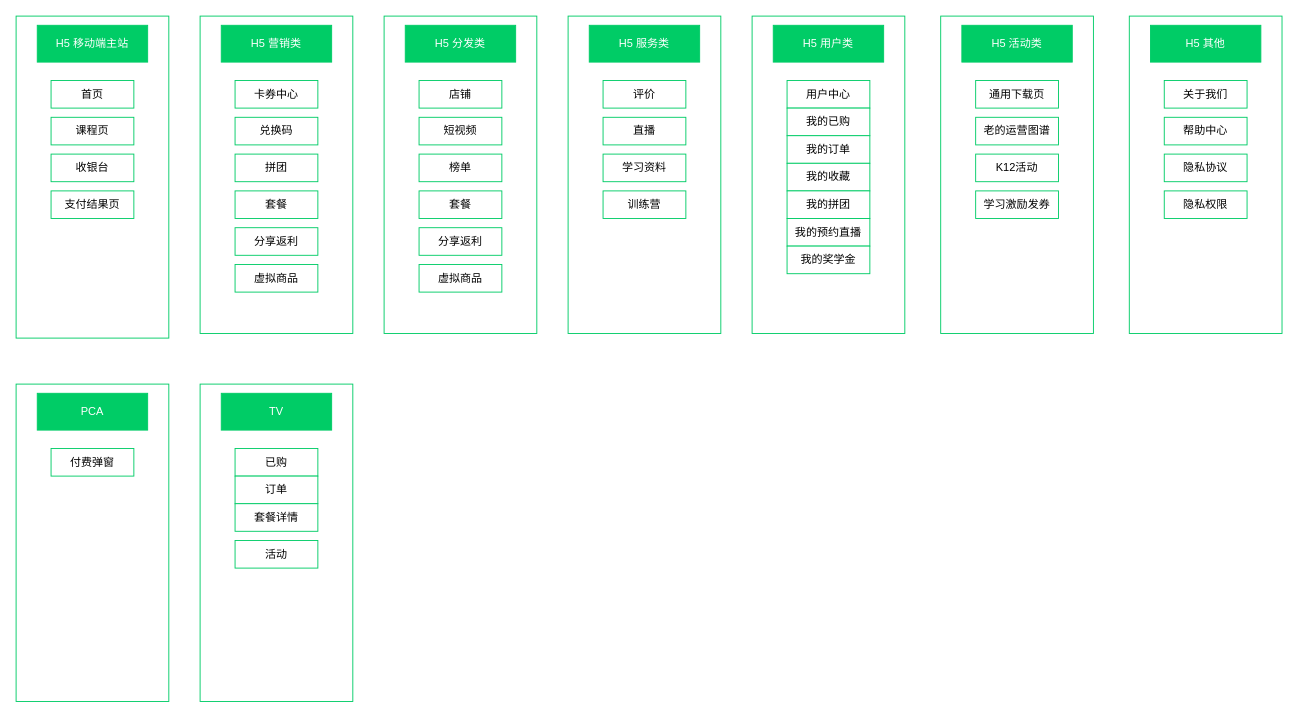
Above: Untitled Diagram.drawio in fedorjia/draw-io-files (draw.io), before the change. Source tidied: cells renumbered, new cells numbered last; positions are measured from the earlier drawing's top-left corner, leaving out a move shared by most shapes. Both pictures are drawn from the tidied source at 92%, with x=0, y=0 at pixel (16, 16).
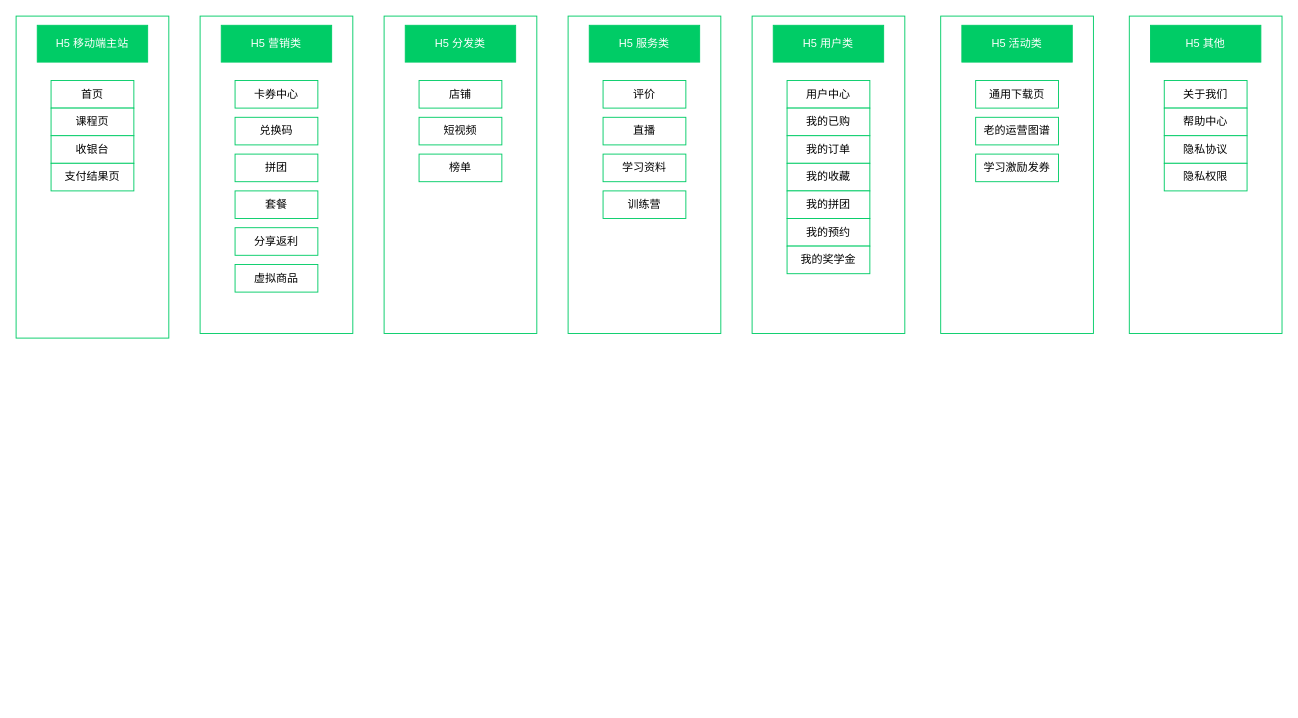
The same diagram, later.

Diff of the diagram source:
```diff
@@
-    <mxCell id="17" value="套餐" style="rounded=0;whiteSpace=wrap;html=1;strokeColor=#00CC66;fillColor=#FFFFFF;" parent="1" vertex="1">
-      <mxGeometry x="438" y="190" width="90" height="30" as="geometry" />
-    </mxCell>
-    <mxCell id="18" value="分享返利" style="rounded=0;whiteSpace=wrap;html=1;strokeColor=#00CC66;fillColor=#FFFFFF;" parent="1" vertex="1">
-      <mxGeometry x="438" y="230" width="90" height="30" as="geometry" />
-    </mxCell>
-    <mxCell id="19" value="虚拟商品" style="rounded=0;whiteSpace=wrap;html=1;strokeColor=#00CC66;fillColor=#FFFFFF;" parent="1" vertex="1">
-      <mxGeometry x="438" y="270" width="90" height="30" as="geometry" />
-    </mxCell>
@@
     <mxCell id="23" value="帮助中心" style="rounded=0;whiteSpace=wrap;html=1;strokeColor=#00CC66;fillColor=#FFFFFF;" parent="1" vertex="1">
-      <mxGeometry x="1248" y="110" width="90" height="30" as="geometry" />
+      <mxGeometry x="1248" y="100" width="90" height="30" as="geometry" />
     </mxCell>
     <mxCell id="24" value="隐私协议" style="rounded=0;whiteSpace=wrap;html=1;strokeColor=#00CC66;fillColor=#FFFFFF;" parent="1" vertex="1">
-      <mxGeometry x="1248" y="150" width="90" height="30" as="geometry" />
+      <mxGeometry x="1248" y="130" width="90" height="30" as="geometry" />
     </mxCell>
     <mxCell id="25" value="隐私权限" style="rounded=0;whiteSpace=wrap;html=1;strokeColor=#00CC66;fillColor=#FFFFFF;" parent="1" vertex="1">
-      <mxGeometry x="1248" y="190" width="90" height="30" as="geometry" />
+      <mxGeometry x="1248" y="160" width="90" height="30" as="geometry" />
     </mxCell>
@@
-    <mxCell id="39" value="我的预约直播" style="rounded=0;whiteSpace=wrap;html=1;strokeColor=#00CC66;fillColor=#FFFFFF;" parent="1" vertex="1">
+    <mxCell id="39" value="我的预约" style="rounded=0;whiteSpace=wrap;html=1;strokeColor=#00CC66;fillColor=#FFFFFF;" parent="1" vertex="1">
       <mxGeometry x="838" y="220" width="90" height="30" as="geometry" />
     </mxCell>
@@
     <mxCell id="44" value="课程页" style="rounded=0;whiteSpace=wrap;html=1;strokeColor=#00CC66;fillColor=#FFFFFF;" parent="1" vertex="1">
-      <mxGeometry x="38" y="110" width="90" height="30" as="geometry" />
+      <mxGeometry x="38" y="100" width="90" height="30" as="geometry" />
     </mxCell>
     <mxCell id="45" value="收银台" style="rounded=0;whiteSpace=wrap;html=1;strokeColor=#00CC66;fillColor=#FFFFFF;" parent="1" vertex="1">
-      <mxGeometry x="38" y="150" width="90" height="30" as="geometry" />
+      <mxGeometry x="38" y="130" width="90" height="30" as="geometry" />
     </mxCell>
     <mxCell id="46" value="支付结果页" style="rounded=0;whiteSpace=wrap;html=1;strokeColor=#00CC66;fillColor=#FFFFFF;" parent="1" vertex="1">
-      <mxGeometry x="38" y="190" width="90" height="30" as="geometry" />
+      <mxGeometry x="38" y="160" width="90" height="30" as="geometry" />
     </mxCell>
-    <mxCell id="47" style="rounded=0;whiteSpace=wrap;html=1;strokeColor=#00CC66;fillColor=#FFFFFF;" parent="1" vertex="1">
-      <mxGeometry y="400" width="166" height="345" as="geometry" />
-    </mxCell>
-    <mxCell id="48" value="&lt;span style=&quot;color: rgb(255 , 255 , 255)&quot;&gt;PCA&lt;/span&gt;" style="rounded=0;whiteSpace=wrap;html=1;strokeColor=#00CC66;fillColor=#00CC66;" parent="1" vertex="1">
-      <mxGeometry x="23" y="410" width="120" height="40" as="geometry" />
-    </mxCell>
-    <mxCell id="49" value="付费弹窗" style="rounded=0;whiteSpace=wrap;html=1;strokeColor=#00CC66;fillColor=#FFFFFF;" parent="1" vertex="1">
-      <mxGeometry x="38" y="470" width="90" height="30" as="geometry" />
-    </mxCell>
-    <mxCell id="50" style="rounded=0;whiteSpace=wrap;html=1;strokeColor=#00CC66;fillColor=#FFFFFF;" parent="1" vertex="1">
-      <mxGeometry x="200" y="400" width="166" height="345" as="geometry" />
-    </mxCell>
-    <mxCell id="51" value="&lt;span style=&quot;color: rgb(255 , 255 , 255)&quot;&gt;TV&lt;/span&gt;" style="rounded=0;whiteSpace=wrap;html=1;strokeColor=#00CC66;fillColor=#00CC66;" parent="1" vertex="1">
-      <mxGeometry x="223" y="410" width="120" height="40" as="geometry" />
-    </mxCell>
-    <mxCell id="52" value="已购" style="rounded=0;whiteSpace=wrap;html=1;strokeColor=#00CC66;fillColor=#FFFFFF;" parent="1" vertex="1">
-      <mxGeometry x="238" y="470" width="90" height="30" as="geometry" />
-    </mxCell>
-    <mxCell id="53" value="活动" style="rounded=0;whiteSpace=wrap;html=1;strokeColor=#00CC66;fillColor=#FFFFFF;" parent="1" vertex="1">
-      <mxGeometry x="238" y="570" width="90" height="30" as="geometry" />
-    </mxCell>
-    <mxCell id="54" value="订单" style="rounded=0;whiteSpace=wrap;html=1;strokeColor=#00CC66;fillColor=#FFFFFF;" parent="1" vertex="1">
-      <mxGeometry x="238" y="500" width="90" height="30" as="geometry" />
-    </mxCell>
-    <mxCell id="55" value="套餐详情" style="rounded=0;whiteSpace=wrap;html=1;strokeColor=#00CC66;fillColor=#FFFFFF;" parent="1" vertex="1">
-      <mxGeometry x="238" y="530" width="90" height="30" as="geometry" />
-    </mxCell>
@@
-    <mxCell id="58" value="K12活动" style="rounded=0;whiteSpace=wrap;html=1;strokeColor=#00CC66;fillColor=#FFFFFF;" parent="1" vertex="1">
-      <mxGeometry x="1043" y="150" width="90" height="30" as="geometry" />
-    </mxCell>
     <mxCell id="59" value="学习激励发券" style="rounded=0;whiteSpace=wrap;html=1;strokeColor=#00CC66;fillColor=#FFFFFF;" parent="1" vertex="1">
-      <mxGeometry x="1043" y="190" width="90" height="30" as="geometry" />
+      <mxGeometry x="1043" y="150" width="90" height="30" as="geometry" />
     </mxCell>
```
